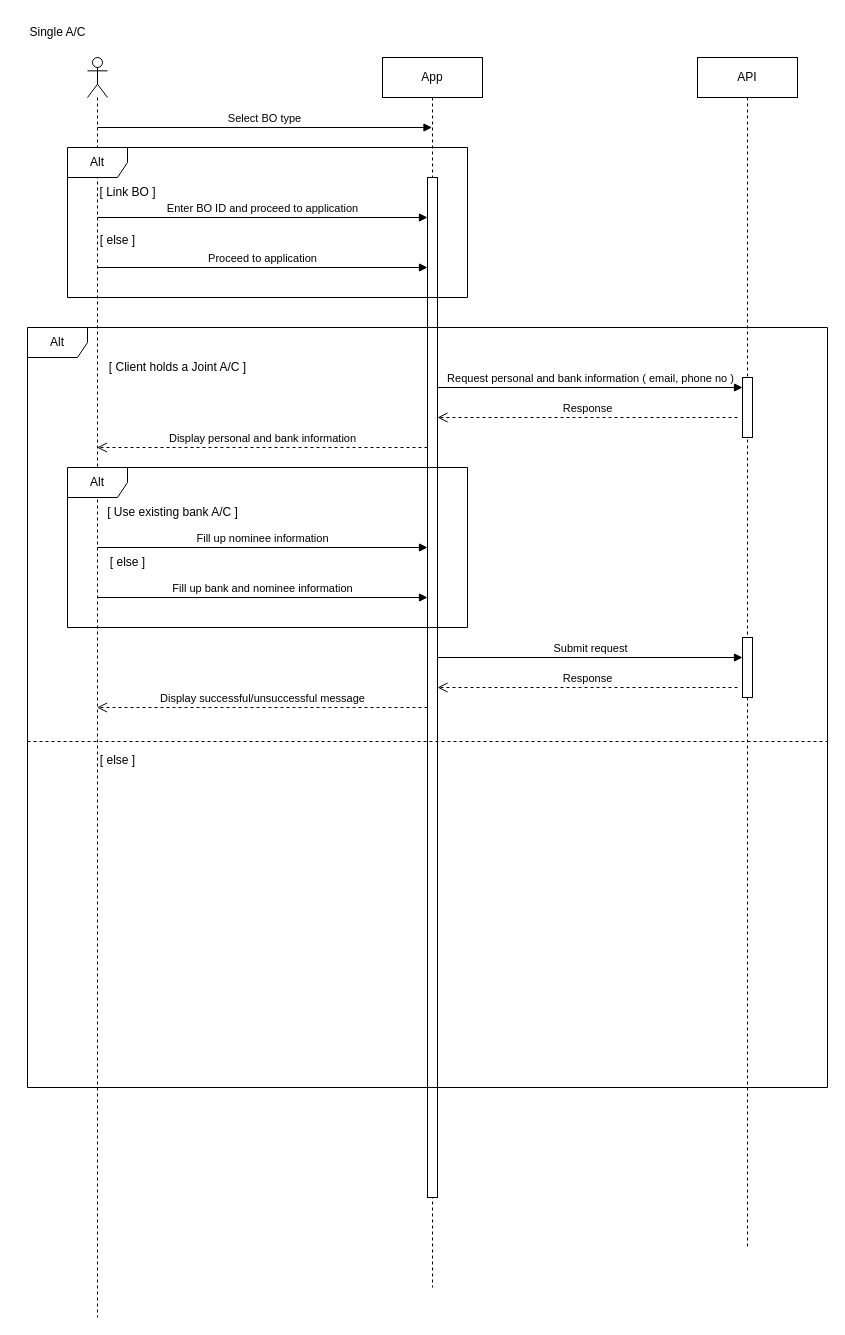
Earlier version of the draw.io diagram page "Page-2" (2 of 2) of src/assets/onboarding_first_demo.drawio (Eritra064/test_repo). Source tidied: cells renumbered, new cells numbered last; positions are measured from the earlier drawing's top-left corner, leaving out a move shared by most shapes. Both pictures are drawn from the tidied source at 100%, with x=0, y=0 at pixel (17, 17).
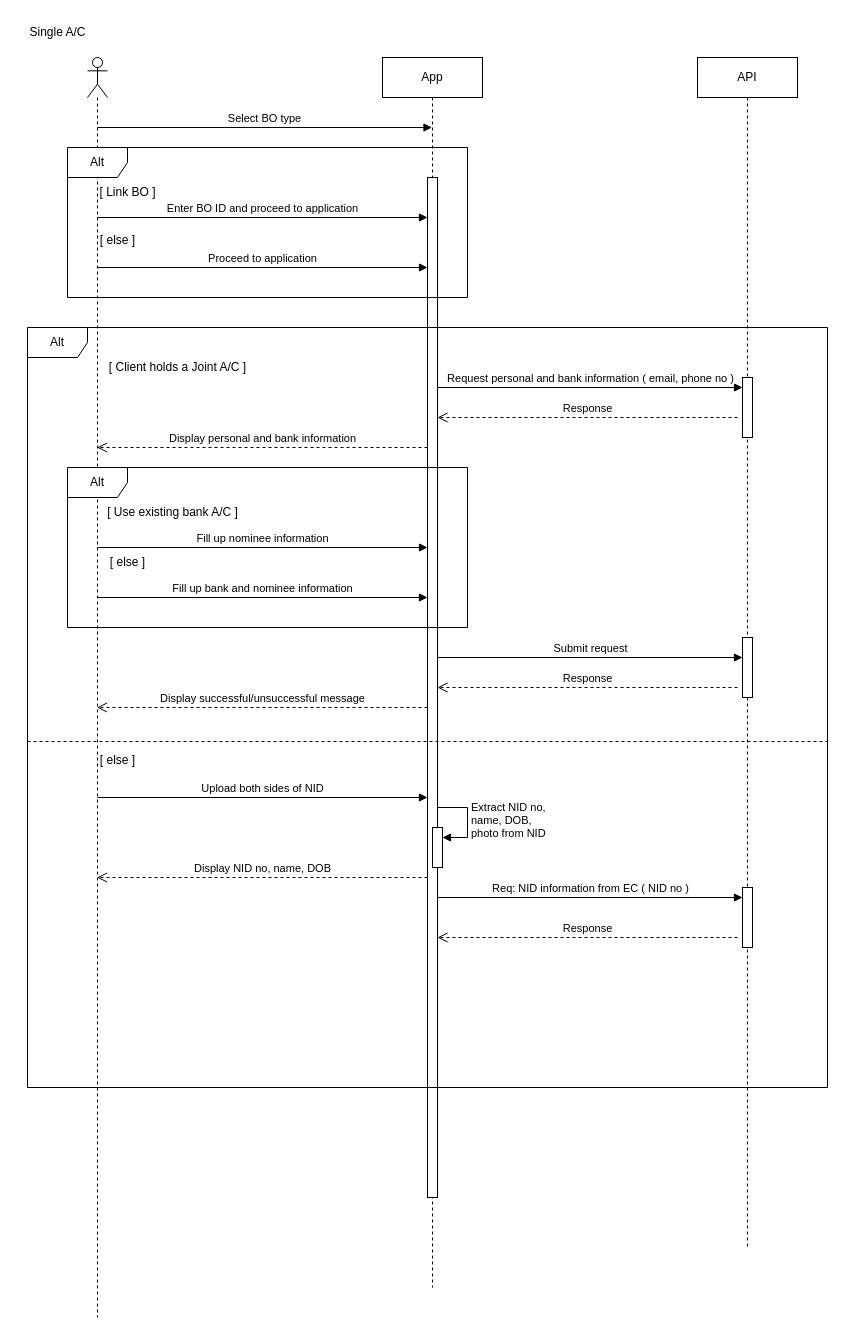
After the change.

Unchanged cells that the change refers to:
```xml
<mxCell id="2" style="shape=umlLifeline;perimeter=lifelinePerimeter;whiteSpace=wrap;html=1;outlineConnect=0;portConstraint=eastwest;newEdgeStyle={&quot;curved&quot;:0,&quot;rounded&quot;:0};participant=umlActor;" parent="1" vertex="1">
  <mxGeometry x="70" y="40" width="20" height="1260" as="geometry" />
</mxCell>
<mxCell id="4" style="html=1;points=[[0,0,0,0,5],[0,1,0,0,-5],[1,0,0,0,5],[1,1,0,0,-5]];perimeter=orthogonalPerimeter;outlineConnect=0;targetShapes=umlLifeline;portConstraint=eastwest;newEdgeStyle={&quot;curved&quot;:0,&quot;rounded&quot;:0};" parent="3" vertex="1">
  <mxGeometry x="45" y="120" width="10" height="1020" as="geometry" />
</mxCell>
```

Change to the diagram source:
```diff
@@
+    <mxCell id="30" value="Upload both sides of NID" style="html=1;verticalAlign=bottom;endArrow=block;curved=0;rounded=0;" parent="1" edge="1" target="4">
+      <mxGeometry relative="1" as="geometry">
+        <mxPoint x="80" y="780" as="sourcePoint" />
+      </mxGeometry>
+    </mxCell>
+    <mxCell id="31" style="html=1;points=[[0,0,0,0,5],[0,1,0,0,-5],[1,0,0,0,5],[1,1,0,0,-5]];perimeter=orthogonalPerimeter;outlineConnect=0;targetShapes=umlLifeline;portConstraint=eastwest;newEdgeStyle={&quot;curved&quot;:0,&quot;rounded&quot;:0};" parent="1" vertex="1">
+      <mxGeometry x="415" y="810" width="10" height="40" as="geometry" />
+    </mxCell>
+    <mxCell id="32" value="Extract NID no,&lt;div&gt;name, DOB,&amp;nbsp;&lt;/div&gt;&lt;div&gt;photo from NID&lt;/div&gt;" style="html=1;align=left;spacingLeft=2;endArrow=block;rounded=0;edgeStyle=orthogonalEdgeStyle;curved=0;rounded=0;" parent="1" edge="1" target="31">
+      <mxGeometry relative="1" as="geometry">
+        <mxPoint x="420" y="790" as="sourcePoint" />
+        <Array as="points">
+          <mxPoint x="450" y="820" />
+        </Array>
+      </mxGeometry>
+    </mxCell>
+    <mxCell id="33" value="Display NID no, name, DOB" style="html=1;verticalAlign=bottom;endArrow=open;dashed=1;endSize=8;curved=0;rounded=0;" parent="1" edge="1" target="2">
+      <mxGeometry relative="1" as="geometry">
+        <mxPoint x="410" y="860" as="sourcePoint" />
+      </mxGeometry>
+    </mxCell>
+    <mxCell id="34" style="html=1;points=[[0,0,0,0,5],[0,1,0,0,-5],[1,0,0,0,5],[1,1,0,0,-5]];perimeter=orthogonalPerimeter;outlineConnect=0;targetShapes=umlLifeline;portConstraint=eastwest;newEdgeStyle={&quot;curved&quot;:0,&quot;rounded&quot;:0};" parent="1" vertex="1">
+      <mxGeometry x="725" y="870" width="10" height="60" as="geometry" />
+    </mxCell>
+    <mxCell id="35" value="Req: NID information from EC ( NID no )" style="html=1;verticalAlign=bottom;endArrow=block;curved=0;rounded=0;" parent="1" edge="1" target="34">
+      <mxGeometry relative="1" as="geometry">
+        <mxPoint x="420" y="880" as="sourcePoint" />
+      </mxGeometry>
+    </mxCell>
+    <mxCell id="36" value="Response" style="html=1;verticalAlign=bottom;endArrow=open;dashed=1;endSize=8;curved=0;rounded=0;" parent="1" edge="1" target="4">
+      <mxGeometry relative="1" as="geometry">
+        <mxPoint x="720" y="920" as="sourcePoint" />
+      </mxGeometry>
+    </mxCell>
```
